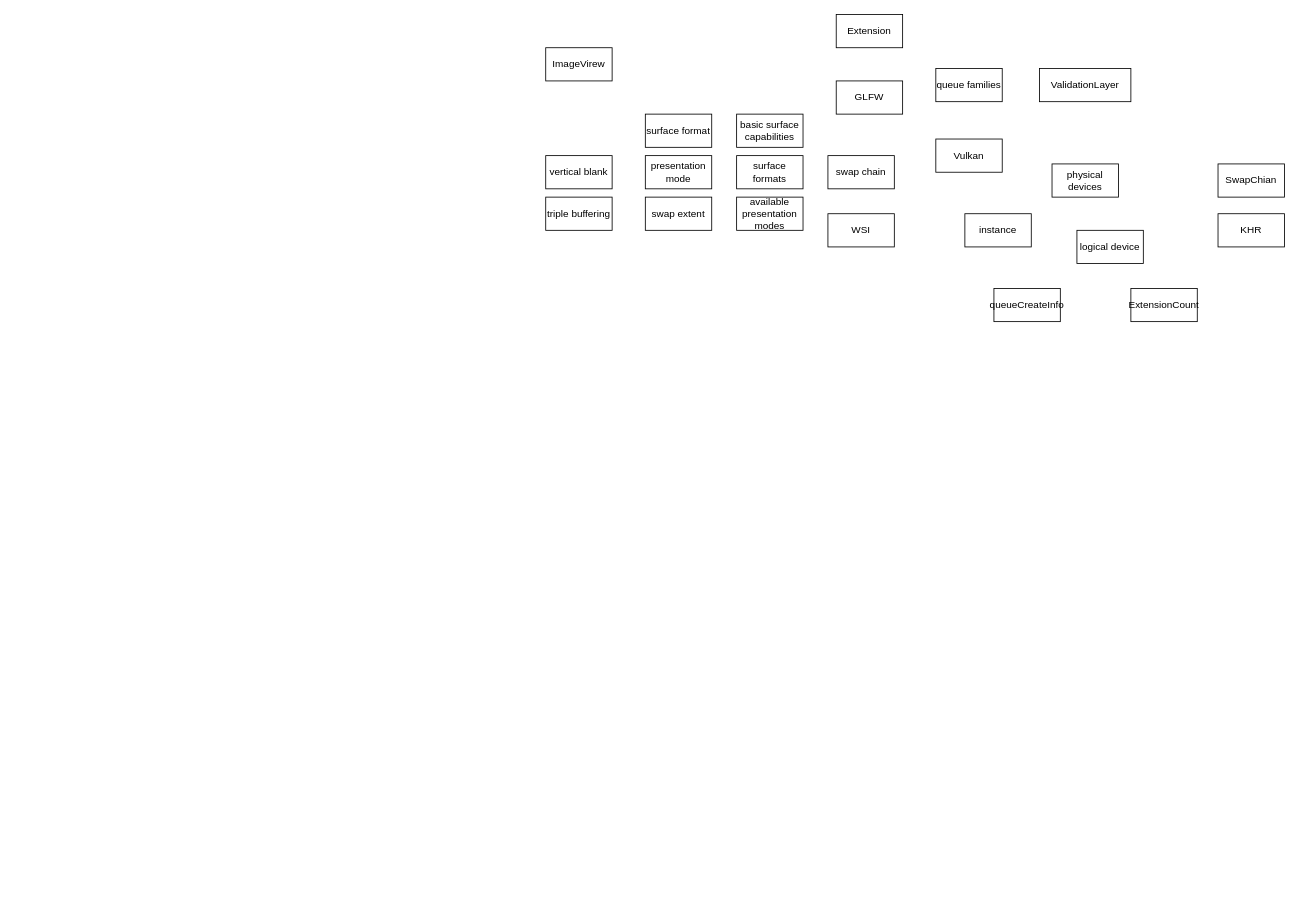
Before: LearnVulkan.drawio in binbin2333/learnvulkan, a draw.io diagram. Source tidied: cells renumbered, new cells numbered last; positions are measured from the earlier drawing's top-left corner, leaving out a move shared by most shapes. Both pictures are drawn from the tidied source at 83%, with x=0, y=0 at pixel (545, 14).
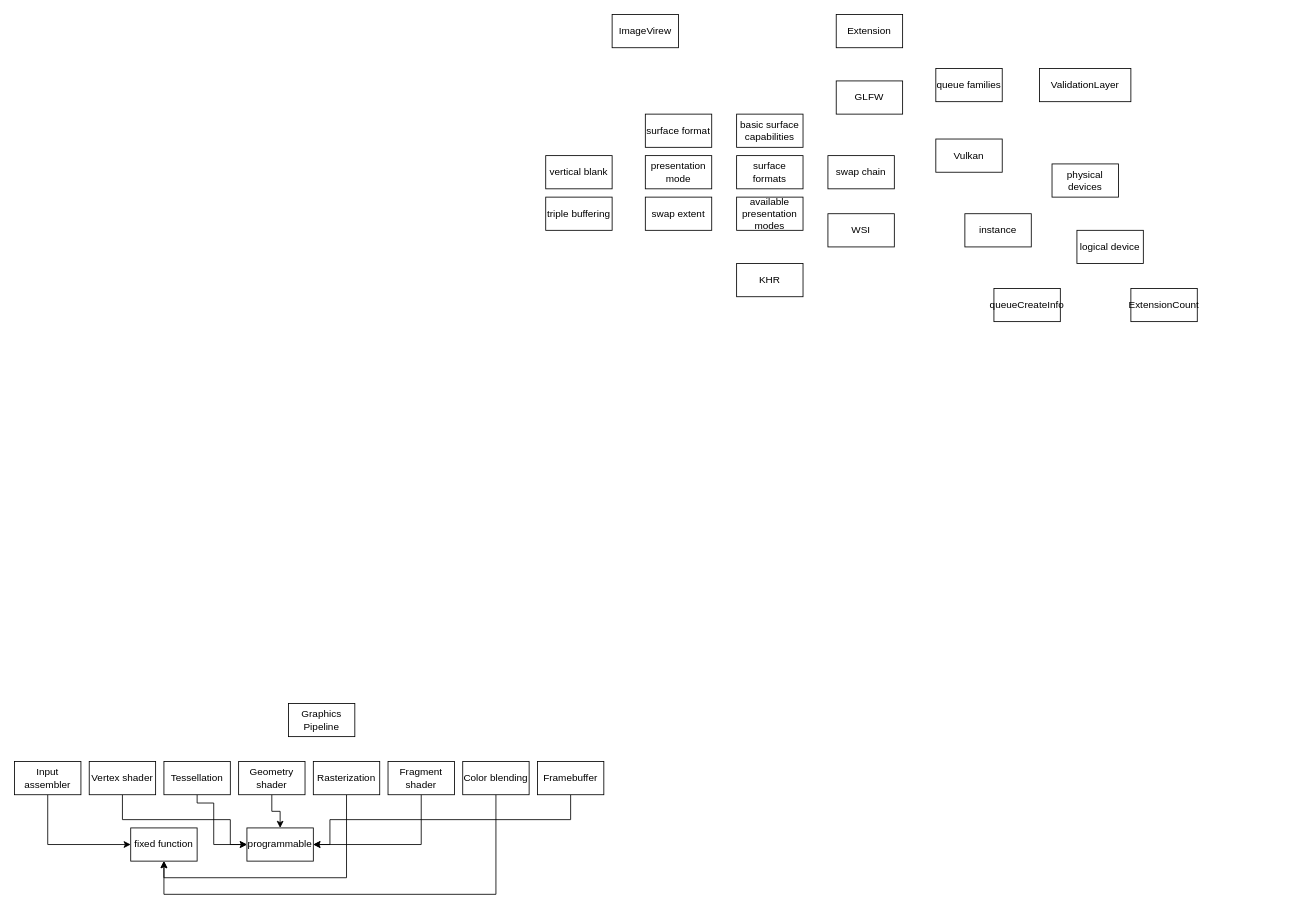
After the change.

Diff of the diagram source:
```diff
@@
     <mxCell id="20" value="ImageVirew" style="rounded=0;whiteSpace=wrap;html=1;" parent="1" vertex="1">
-      <mxGeometry y="40" width="80" height="40" as="geometry" />
+      <mxGeometry x="80" width="80" height="40" as="geometry" />
     </mxCell>
@@
-    <mxCell id="23" value="SwapChian" style="rounded=0;whiteSpace=wrap;html=1;" parent="1" vertex="1">
-      <mxGeometry x="810" y="180" width="80" height="40" as="geometry" />
-    </mxCell>
     <mxCell id="24" value="KHR" style="rounded=0;whiteSpace=wrap;html=1;" parent="1" vertex="1">
-      <mxGeometry x="810" y="240" width="80" height="40" as="geometry" />
+      <mxGeometry x="230" y="300" width="80" height="40" as="geometry" />
     </mxCell>
+    <mxCell id="25" value="Graphics Pipeline" style="rounded=0;whiteSpace=wrap;html=1;" parent="1" vertex="1">
+      <mxGeometry x="-310" y="830" width="80" height="40" as="geometry" />
+    </mxCell>
+    <mxCell id="26" style="edgeStyle=orthogonalEdgeStyle;rounded=0;jettySize=auto;html=1;exitX=0.5;exitY=1;exitDx=0;exitDy=0;entryX=0;entryY=0.5;entryDx=0;entryDy=0;" parent="1" edge="1" source="27" target="42">
+      <mxGeometry relative="1" as="geometry" />
+    </mxCell>
+    <mxCell id="27" value="Input assembler" style="rounded=0;whiteSpace=wrap;html=1;" parent="1" vertex="1">
+      <mxGeometry x="-640" y="900" width="80" height="40" as="geometry" />
+    </mxCell>
+    <mxCell id="28" style="edgeStyle=orthogonalEdgeStyle;rounded=0;jettySize=auto;html=1;exitX=0.5;exitY=1;exitDx=0;exitDy=0;entryX=0;entryY=0.5;entryDx=0;entryDy=0;" parent="1" edge="1" source="29" target="43">
+      <mxGeometry relative="1" as="geometry">
+        <Array as="points">
+          <mxPoint x="-510" y="970" />
+          <mxPoint x="-380" y="970" />
+          <mxPoint x="-380" y="1000" />
+        </Array>
+      </mxGeometry>
+    </mxCell>
+    <mxCell id="29" value="Vertex shader" style="rounded=0;whiteSpace=wrap;html=1;" parent="1" vertex="1">
+      <mxGeometry x="-550" y="900" width="80" height="40" as="geometry" />
+    </mxCell>
+    <mxCell id="30" style="edgeStyle=orthogonalEdgeStyle;rounded=0;jettySize=auto;html=1;exitX=0.5;exitY=1;exitDx=0;exitDy=0;entryX=0;entryY=0.5;entryDx=0;entryDy=0;" parent="1" edge="1" source="31" target="43">
+      <mxGeometry relative="1" as="geometry">
+        <Array as="points">
+          <mxPoint x="-420" y="950" />
+          <mxPoint x="-400" y="950" />
+          <mxPoint x="-400" y="1000" />
+        </Array>
+      </mxGeometry>
+    </mxCell>
+    <mxCell id="31" value="Tessellation" style="rounded=0;whiteSpace=wrap;html=1;" parent="1" vertex="1">
+      <mxGeometry x="-460" y="900" width="80" height="40" as="geometry" />
+    </mxCell>
+    <mxCell id="32" style="edgeStyle=orthogonalEdgeStyle;rounded=0;jettySize=auto;html=1;exitX=0.5;exitY=1;exitDx=0;exitDy=0;" parent="1" edge="1" source="33" target="43">
+      <mxGeometry relative="1" as="geometry" />
+    </mxCell>
+    <mxCell id="33" value="Geometry shader" style="rounded=0;whiteSpace=wrap;html=1;" parent="1" vertex="1">
+      <mxGeometry x="-370" y="900" width="80" height="40" as="geometry" />
+    </mxCell>
+    <mxCell id="34" style="edgeStyle=orthogonalEdgeStyle;rounded=0;jettySize=auto;html=1;exitX=0.5;exitY=1;exitDx=0;exitDy=0;entryX=0.5;entryY=1;entryDx=0;entryDy=0;" parent="1" edge="1" source="35" target="42">
+      <mxGeometry relative="1" as="geometry" />
+    </mxCell>
+    <mxCell id="35" value="Rasterization" style="rounded=0;whiteSpace=wrap;html=1;" parent="1" vertex="1">
+      <mxGeometry x="-280" y="900" width="80" height="40" as="geometry" />
+    </mxCell>
+    <mxCell id="36" style="edgeStyle=orthogonalEdgeStyle;rounded=0;jettySize=auto;html=1;exitX=0.5;exitY=1;exitDx=0;exitDy=0;entryX=1;entryY=0.5;entryDx=0;entryDy=0;" parent="1" edge="1" source="37" target="43">
+      <mxGeometry relative="1" as="geometry" />
+    </mxCell>
+    <mxCell id="37" value="Fragment shader" style="rounded=0;whiteSpace=wrap;html=1;" parent="1" vertex="1">
+      <mxGeometry x="-190" y="900" width="80" height="40" as="geometry" />
+    </mxCell>
+    <mxCell id="38" style="edgeStyle=orthogonalEdgeStyle;rounded=0;jettySize=auto;html=1;exitX=0.5;exitY=1;exitDx=0;exitDy=0;entryX=0.5;entryY=1;entryDx=0;entryDy=0;" parent="1" edge="1" source="39" target="42">
+      <mxGeometry relative="1" as="geometry">
+        <Array as="points">
+          <mxPoint x="-60" y="1060" />
+          <mxPoint x="-460" y="1060" />
+        </Array>
+      </mxGeometry>
+    </mxCell>
+    <mxCell id="39" value="Color blending" style="rounded=0;whiteSpace=wrap;html=1;" parent="1" vertex="1">
+      <mxGeometry x="-100" y="900" width="80" height="40" as="geometry" />
+    </mxCell>
+    <mxCell id="40" style="edgeStyle=orthogonalEdgeStyle;rounded=0;jettySize=auto;html=1;exitX=0.5;exitY=1;exitDx=0;exitDy=0;entryX=1;entryY=0.5;entryDx=0;entryDy=0;" parent="1" edge="1" source="41" target="43">
+      <mxGeometry relative="1" as="geometry">
+        <Array as="points">
+          <mxPoint x="30" y="970" />
+          <mxPoint x="-260" y="970" />
+          <mxPoint x="-260" y="1000" />
+        </Array>
+      </mxGeometry>
+    </mxCell>
+    <mxCell id="41" value="Framebuffer" style="rounded=0;whiteSpace=wrap;html=1;" parent="1" vertex="1">
+      <mxGeometry x="-10" y="900" width="80" height="40" as="geometry" />
+    </mxCell>
+    <mxCell id="42" value="fixed function" style="rounded=0;whiteSpace=wrap;html=1;" parent="1" vertex="1">
+      <mxGeometry x="-500" y="980" width="80" height="40" as="geometry" />
+    </mxCell>
+    <mxCell id="43" value="programmable" style="rounded=0;whiteSpace=wrap;html=1;" parent="1" vertex="1">
+      <mxGeometry x="-360" y="980" width="80" height="40" as="geometry" />
+    </mxCell>
```
